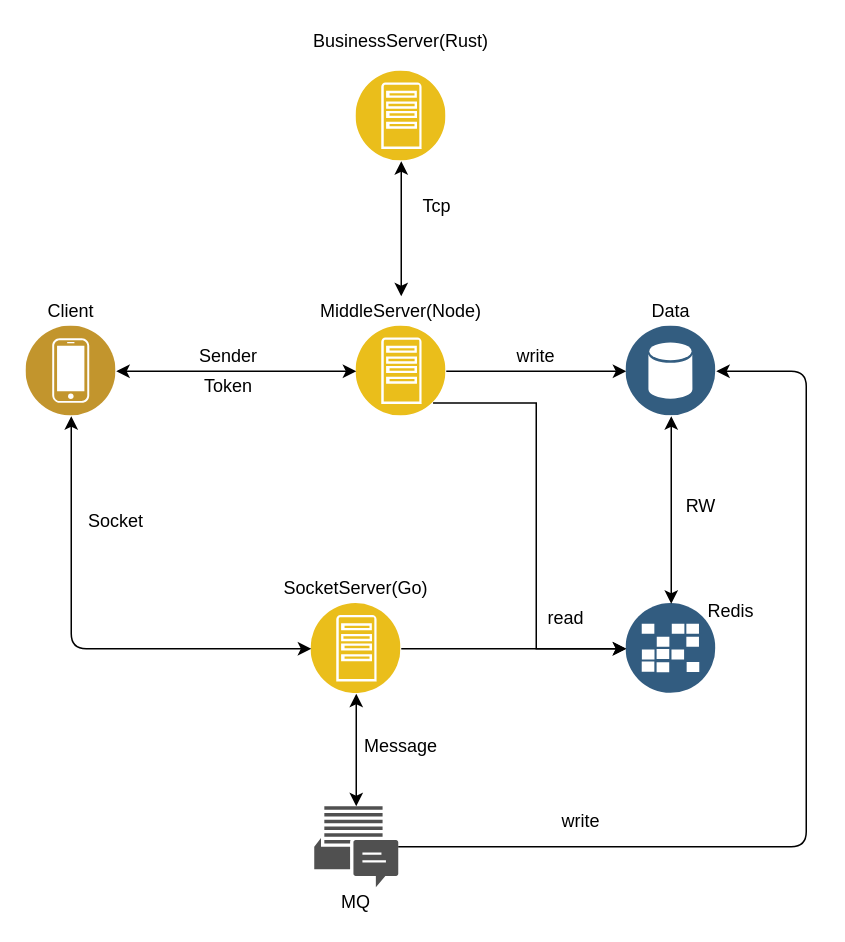
Earlier version of the draw.io diagram im.drawio (llorz-o/draws). Source tidied: cells renumbered, new cells numbered last; positions are measured from the earlier drawing's top-left corner, leaving out a move shared by most shapes. Both pictures are drawn from the tidied source at 150%, with x=0, y=0 at pixel (26, 26).
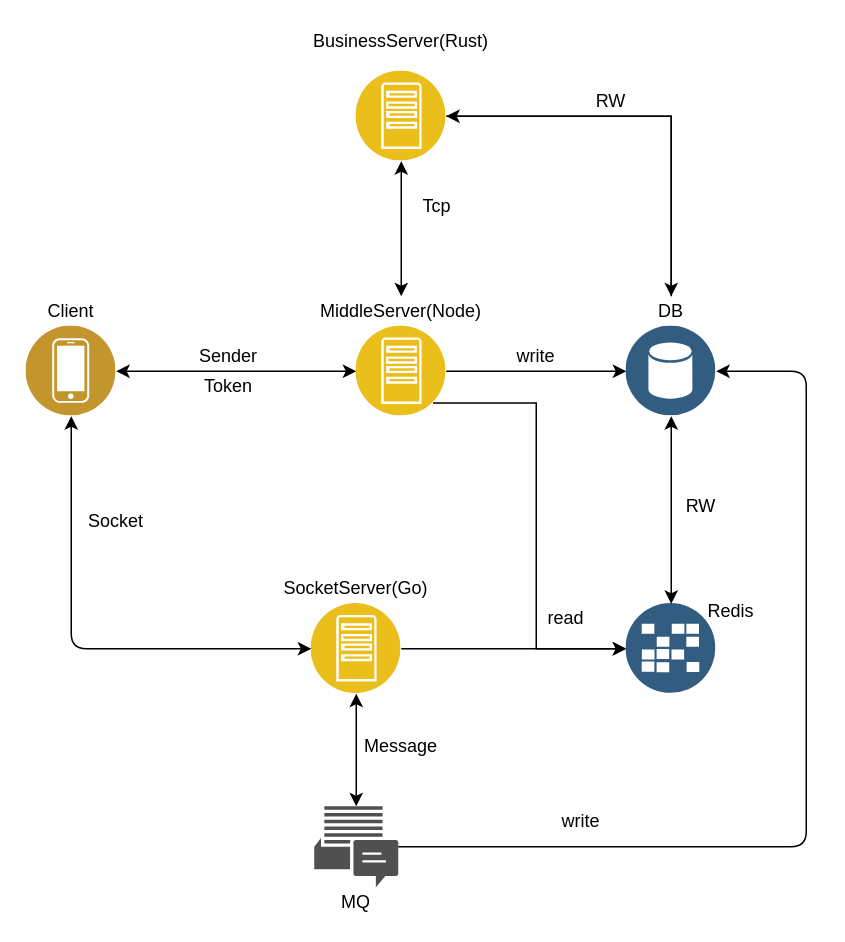
The same page after the edit.

Unchanged cells that the change refers to:
```xml
<mxCell id="22" style="perimeter=ellipsePerimeter;html=1;align=center;shadow=0;dashed=0;fontColor=#4277BB;labelBackgroundColor=#ffffff;fontSize=12;spacingTop=3;image;image=img/lib/ibm/applications/app_server.svg;" parent="1" vertex="1">
  <mxGeometry x="220" y="30" width="60" height="60" as="geometry" />
</mxCell>
```

The edit, as a diff of the source:
```diff
@@
+    <mxCell id="34" style="edgeStyle=orthogonalEdgeStyle;rounded=0;jettySize=auto;html=1;exitX=0.5;exitY=0;exitDx=0;exitDy=0;" parent="1" edge="1" source="10">
+      <mxGeometry relative="1" as="geometry">
+        <mxPoint x="280" y="60" as="targetPoint" />
+        <Array as="points">
+          <mxPoint x="430" y="60" />
+        </Array>
+      </mxGeometry>
+    </mxCell>
-    <mxCell id="10" value="Data" style="text;html=1;strokeColor=none;fillColor=none;align=center;verticalAlign=middle;whiteSpace=wrap;rounded=0;" parent="1" vertex="1">
+    <mxCell id="10" value="DB" style="text;html=1;strokeColor=none;fillColor=none;align=center;verticalAlign=middle;whiteSpace=wrap;rounded=0;" parent="1" vertex="1">
       <mxGeometry x="410" y="180" width="40" height="20" as="geometry" />
     </mxCell>
@@
+    <mxCell id="35" style="edgeStyle=orthogonalEdgeStyle;rounded=0;jettySize=auto;html=1;exitX=1;exitY=0.5;exitDx=0;exitDy=0;entryX=0.5;entryY=0;entryDx=0;entryDy=0;" parent="1" edge="1" source="22" target="10">
+      <mxGeometry relative="1" as="geometry" />
+    </mxCell>
@@
+    <mxCell id="36" value="RW" style="text;html=1;strokeColor=none;fillColor=none;align=center;verticalAlign=middle;whiteSpace=wrap;rounded=0;" parent="1" vertex="1">
+      <mxGeometry x="370" y="40" width="40" height="20" as="geometry" />
+    </mxCell>
```
